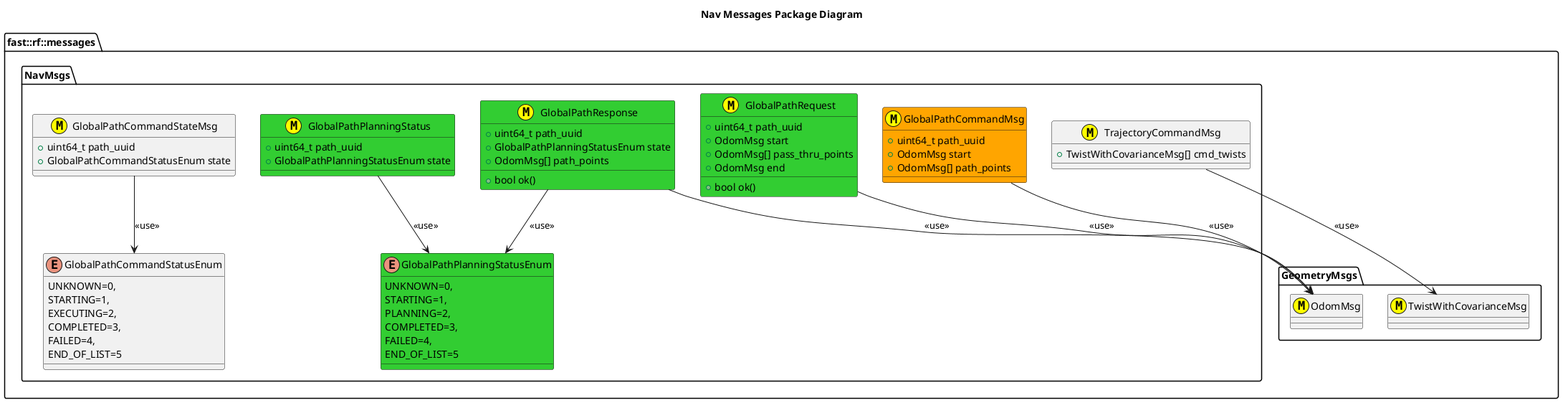
Above: msgs/NavMsgs/doc/puml/NavMessagesClassDiagram.png in fastrobotics/robot_framework (PlantUML), before the change.
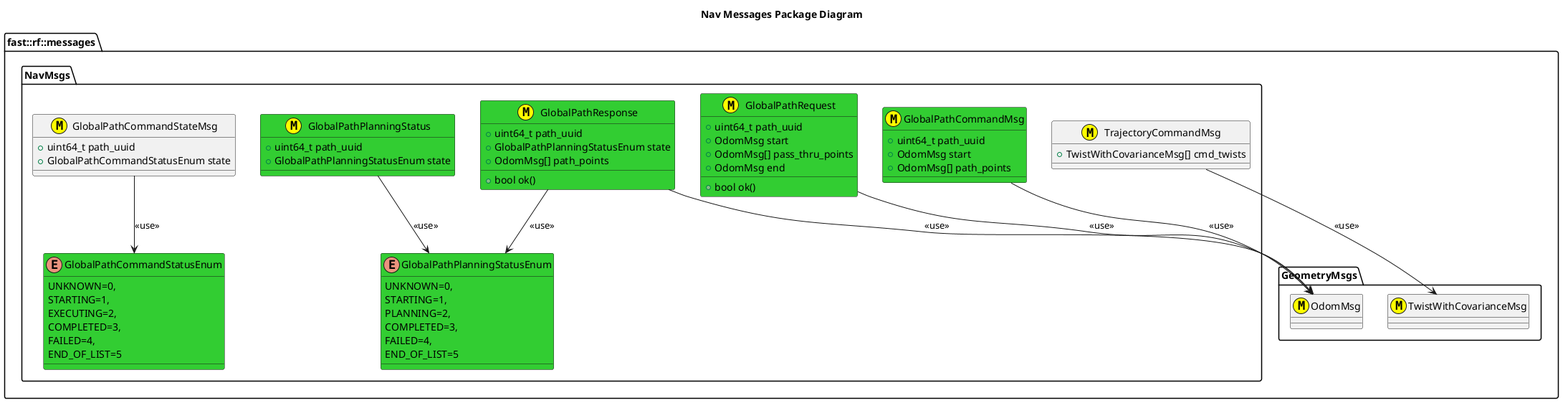
The same diagram one commit later.

Change to the diagram source:
```diff
@@ -40,14 +40,13 @@
     }
     GlobalPathPlanningStatus --> GlobalPathPlanningStatusEnum: <<use>>
 
-    class GlobalPathCommandMsg <<(M,#FFFF00)>> #Orange {
+    class GlobalPathCommandMsg <<(M,#FFFF00)>> #LimeGreen {
       +uint64_t path_uuid
       +OdomMsg start
       +OdomMsg[] path_points
     }
     GlobalPathCommandMsg --> OdomMsg: <<use>>
-    enum GlobalPathCommandStatusEnum
-    {
+    enum GlobalPathCommandStatusEnum #LimeGreen {
       UNKNOWN=0,
       STARTING=1,
       EXECUTING=2,
```
